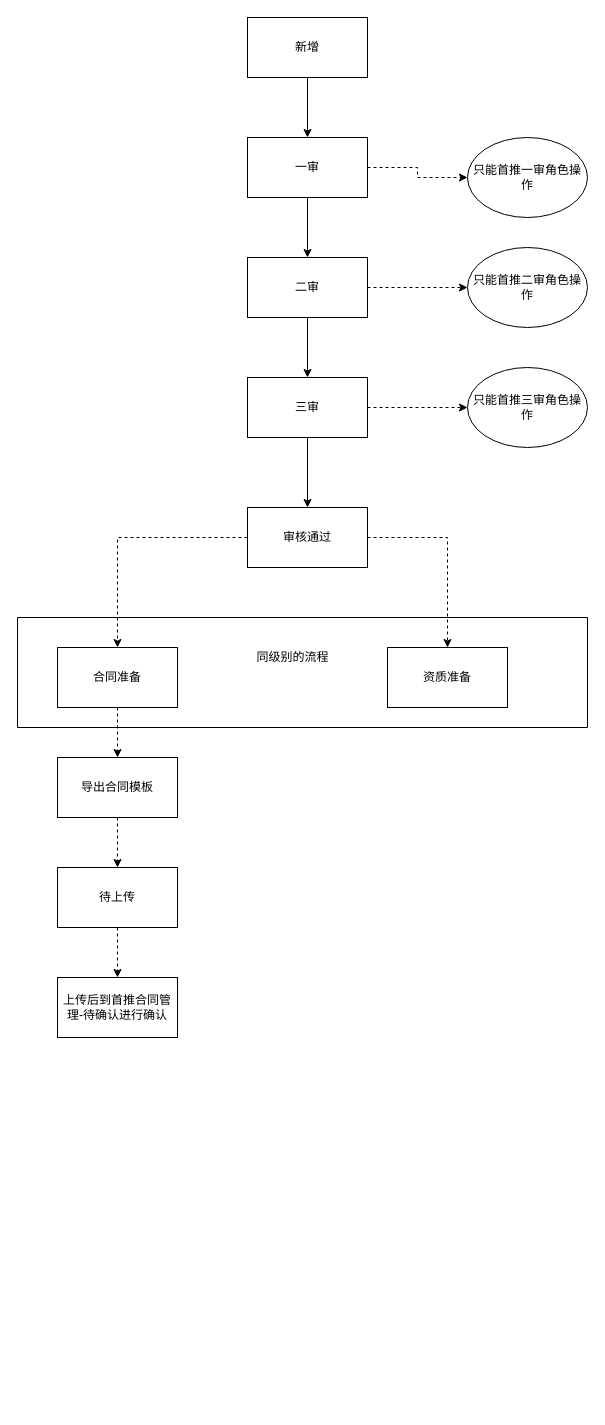
Before: gitskills/首推商品审核流程说明.drawio in benbenbo/learngit, a draw.io diagram. Source tidied: cells renumbered, new cells numbered last; positions are measured from the earlier drawing's top-left corner, leaving out a move shared by most shapes. Both pictures are drawn from the tidied source at 100%, with x=0, y=0 at pixel (17, 17).
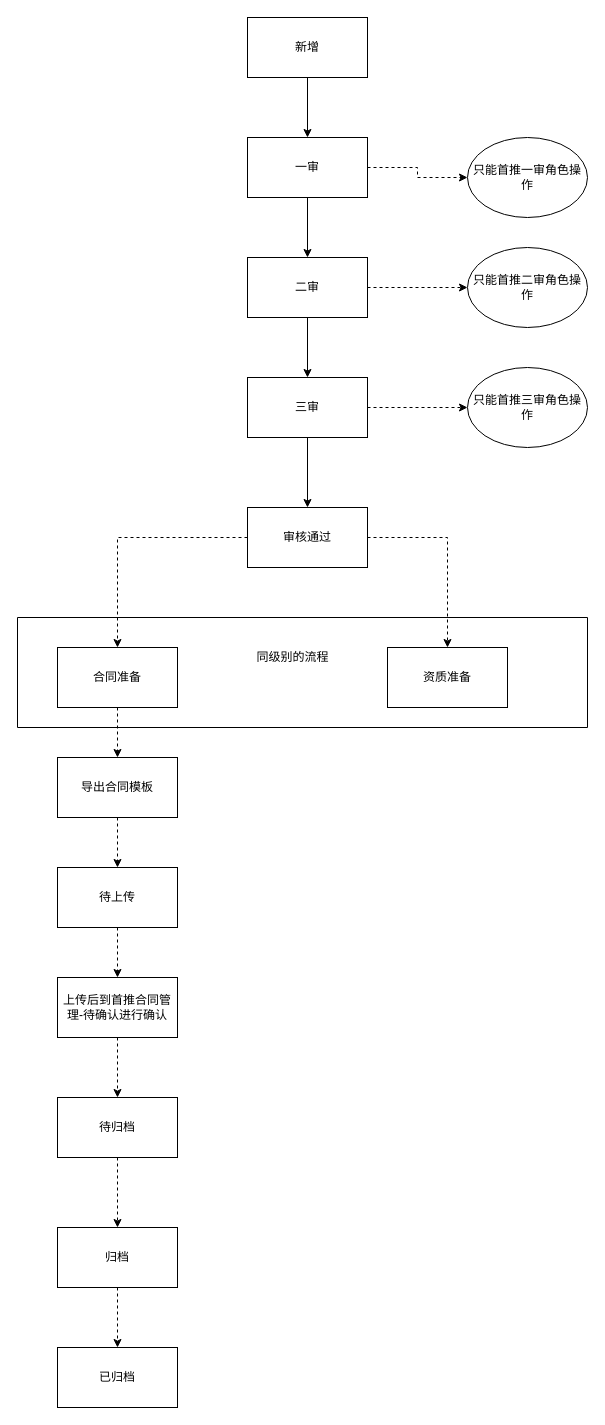
The same page after the edit.

Commit message (it also covers changes not shown here):
Update 首推商品审核流程说明.drawio

Unchanged cells that the change refers to:
```xml
<mxCell id="26" value="上传后到首推合同管理-待确认进行确认" style="rounded=0;whiteSpace=wrap;html=1;" parent="1" vertex="1">
  <mxGeometry x="40" y="960" width="120" height="60" as="geometry" />
</mxCell>
```

Change to the diagram source:
```diff
@@
+    <mxCell id="29" style="edgeStyle=orthogonalEdgeStyle;rounded=0;jettySize=auto;html=1;entryX=0.5;entryY=0;entryDx=0;entryDy=0;dashed=1;" parent="1" edge="1" source="26" target="31">
+      <mxGeometry relative="1" as="geometry" />
+    </mxCell>
@@
+    <mxCell id="30" style="edgeStyle=orthogonalEdgeStyle;rounded=0;jettySize=auto;html=1;entryX=0.5;entryY=0;entryDx=0;entryDy=0;dashed=1;" parent="1" edge="1" source="31" target="33">
+      <mxGeometry relative="1" as="geometry" />
+    </mxCell>
+    <mxCell id="31" value="待归档" style="rounded=0;whiteSpace=wrap;html=1;" parent="1" vertex="1">
+      <mxGeometry x="40" y="1080" width="120" height="60" as="geometry" />
+    </mxCell>
+    <mxCell id="32" style="edgeStyle=orthogonalEdgeStyle;rounded=0;jettySize=auto;html=1;entryX=0.5;entryY=0;entryDx=0;entryDy=0;dashed=1;" parent="1" edge="1" source="33" target="34">
+      <mxGeometry relative="1" as="geometry" />
+    </mxCell>
+    <mxCell id="33" value="归档" style="rounded=0;whiteSpace=wrap;html=1;" parent="1" vertex="1">
+      <mxGeometry x="40" y="1210" width="120" height="60" as="geometry" />
+    </mxCell>
+    <mxCell id="34" value="已归档" style="rounded=0;whiteSpace=wrap;html=1;" parent="1" vertex="1">
+      <mxGeometry x="40" y="1330" width="120" height="60" as="geometry" />
+    </mxCell>
```
